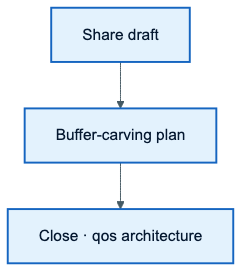
upscale-ai-network/agent-template keeps this Mermaid diagram as assets/diagrams/b6/b6-slide07-next-steps.png. Above is the earlier version. Its source is kept beside it as assets/diagrams/b6/b6-slide07-next-steps.mmd.
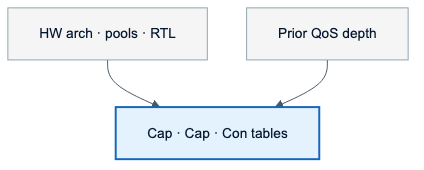
After the change.

What changed in the source:
```diff
@@ -1,9 +1,12 @@
-%%{init: {'theme': 'base', 'themeVariables': { 'fontSize': '16px'}}}%%
+%%{init: {'theme': 'base', 'themeVariables': { 'fontSize': '14px'}}}%%
 flowchart TB
-  N1["Share draft"]
-  N2["Buffer-carving plan"]
-  N3["Close · qos architecture"]
-  N1 --> N2 --> N3
+  HW["HW arch · pools · RTL"]
+  Q["Prior QoS depth"]
+  T["Cap · Cap · Con tables"]
+  HW --> T
+  Q --> T
 
-  classDef act fill:#E3F2FD,stroke:#1565C0,color:#051830,stroke-width:2px
-  class N1,N2,N3 act
+  classDef src fill:#F5F5F5,stroke:#90A4AE,color:#051830
+  classDef lane fill:#E3F2FD,stroke:#1565C0,color:#051830,stroke-width:2px
+  class HW,Q src
+  class T lane
```
